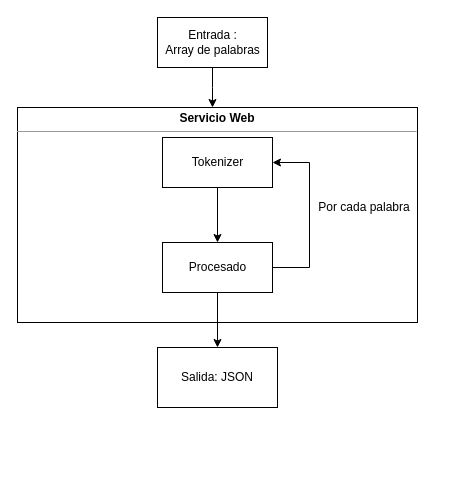
Earlier version of the draw.io diagram Documentación/Imagenes/Bitmap/Diagramas/caracPala.drawio (NILGroup/TFG-1819-PictoTexto). Source tidied: cells renumbered, new cells numbered last; positions are measured from the earlier drawing's top-left corner, leaving out a move shared by most shapes. Both pictures are drawn from the tidied source at 100%, with x=0, y=0 at pixel (17, 17).
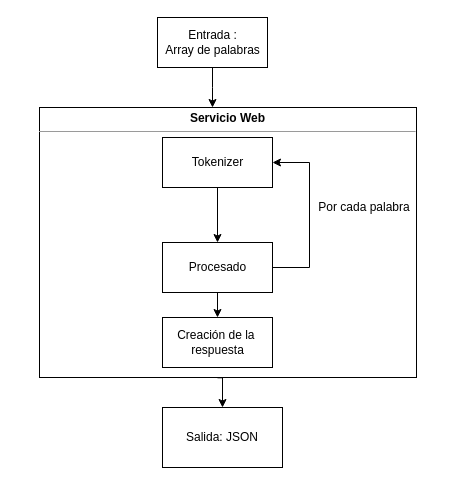
After the change.

Commit message (it also covers changes not shown here):
Modifications on arquitecture chapter  and some diagrams

Diff of the diagram source:
```diff
@@
 <mxGraphModel>
   <root>
     <mxCell id="0" />
     <mxCell id="1" parent="0" />
     <mxCell id="2" style="edgeStyle=orthogonalEdgeStyle;rounded=0;jettySize=auto;html=1;" parent="1" edge="1" source="3">
       <mxGeometry relative="1" as="geometry">
         <mxPoint x="195" y="90" as="targetPoint" />
       </mxGeometry>
     </mxCell>
     <mxCell id="3" value="Entrada :&lt;br&gt;Array de palabras&lt;br&gt;" style="html=1;" parent="1" vertex="1">
       <mxGeometry x="140" width="110" height="50" as="geometry" />
     </mxCell>
     <mxCell id="4" value="Salida: JSON" style="rounded=0;whiteSpace=wrap;html=1;" parent="1" vertex="1">
-      <mxGeometry x="140" y="330" width="120" height="60" as="geometry" />
+      <mxGeometry x="145" y="390" width="120" height="60" as="geometry" />
     </mxCell>
     <mxCell id="5" value="Tokenizer&lt;br&gt;" style="html=1;" parent="1" vertex="1">
       <mxGeometry x="145" y="120" width="110" height="50" as="geometry" />
     </mxCell>
-    <mxCell id="6" style="edgeStyle=orthogonalEdgeStyle;rounded=0;jettySize=auto;html=1;exitX=0.5;exitY=1;exitDx=0;exitDy=0;entryX=0.5;entryY=0;entryDx=0;entryDy=0;" parent="1" edge="1" source="8" target="4">
-      <mxGeometry relative="1" as="geometry" />
+    <mxCell id="6" style="edgeStyle=orthogonalEdgeStyle;rounded=0;jettySize=auto;html=1;exitX=0.5;exitY=1;exitDx=0;exitDy=0;entryX=0.5;entryY=0;entryDx=0;entryDy=0;" parent="1" edge="1" target="4">
+      <mxGeometry relative="1" as="geometry">
+        <mxPoint x="200" y="360.3" as="sourcePoint" />
+      </mxGeometry>
     </mxCell>
     <mxCell id="7" style="edgeStyle=orthogonalEdgeStyle;rounded=0;jettySize=auto;html=1;entryX=1;entryY=0.5;entryDx=0;entryDy=0;exitX=1;exitY=0.5;exitDx=0;exitDy=0;" parent="1" edge="1" source="8" target="5">
       <mxGeometry relative="1" as="geometry">
         <Array as="points">
           <mxPoint x="292" y="250" />
           <mxPoint x="292" y="145" />
         </Array>
       </mxGeometry>
     </mxCell>
+    <mxCell id="12" style="edgeStyle=orthogonalEdgeStyle;rounded=0;jettySize=auto;html=1;" parent="1" edge="1" source="8" target="13">
+      <mxGeometry relative="1" as="geometry" />
+    </mxCell>
     <mxCell id="8" value="Procesado" style="html=1;" parent="1" vertex="1">
       <mxGeometry x="145" y="225" width="110" height="50" as="geometry" />
     </mxCell>
+    <mxCell id="13" value="Creación de la&amp;nbsp;&lt;br&gt;respuesta&lt;br&gt;" style="html=1;" parent="1" vertex="1">
+      <mxGeometry x="145" y="300" width="110" height="50" as="geometry" />
+    </mxCell>
     <mxCell id="9" style="edgeStyle=orthogonalEdgeStyle;rounded=0;jettySize=auto;html=1;exitX=0.5;exitY=1;exitDx=0;exitDy=0;entryX=0.5;entryY=0;entryDx=0;entryDy=0;" parent="1" edge="1" source="5" target="8">
       <mxGeometry relative="1" as="geometry" />
     </mxCell>
     <mxCell id="10" value="Por cada palabra" style="text;html=1;strokeColor=none;fillColor=none;align=center;verticalAlign=middle;whiteSpace=wrap;rounded=0;" parent="1" vertex="1">
       <mxGeometry x="272" y="180" width="150" height="20" as="geometry" />
     </mxCell>
     <mxCell id="11" value="&lt;p style=&quot;margin: 0px ; margin-top: 4px ; text-align: center&quot;&gt;&lt;b&gt;Servicio Web&lt;/b&gt;&lt;/p&gt;&lt;hr size=&quot;1&quot;&gt;&lt;div style=&quot;height: 2px&quot;&gt;&lt;/div&gt;" style="verticalAlign=top;align=left;overflow=fill;fontSize=12;fontFamily=Helvetica;html=1;fillColor=none;" parent="1" vertex="1">
-      <mxGeometry y="90" width="400" height="215" as="geometry" />
+      <mxGeometry x="22" y="90" width="377" height="270" as="geometry" />
     </mxCell>
   </root>
 </mxGraphModel>
```
